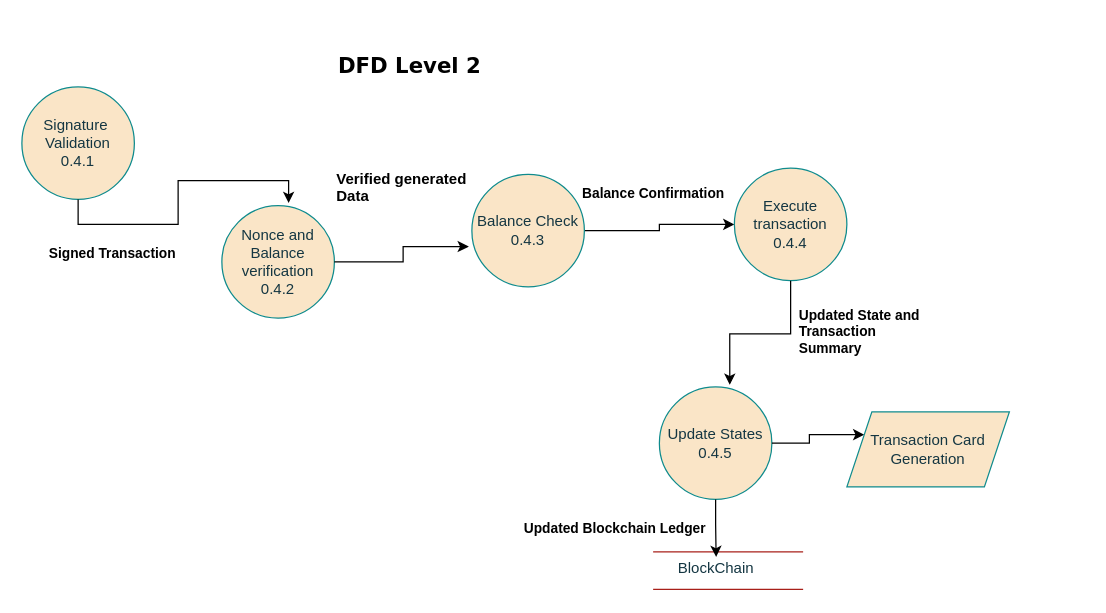
Before: DFD3.drawio in CODEX108/Computer-Security, a draw.io diagram. Source tidied: cells renumbered, new cells numbered last; positions are measured from the earlier drawing's top-left corner, leaving out a move shared by most shapes. Both pictures are drawn from the tidied source at 125%, with x=0, y=0 at pixel (21, 21).
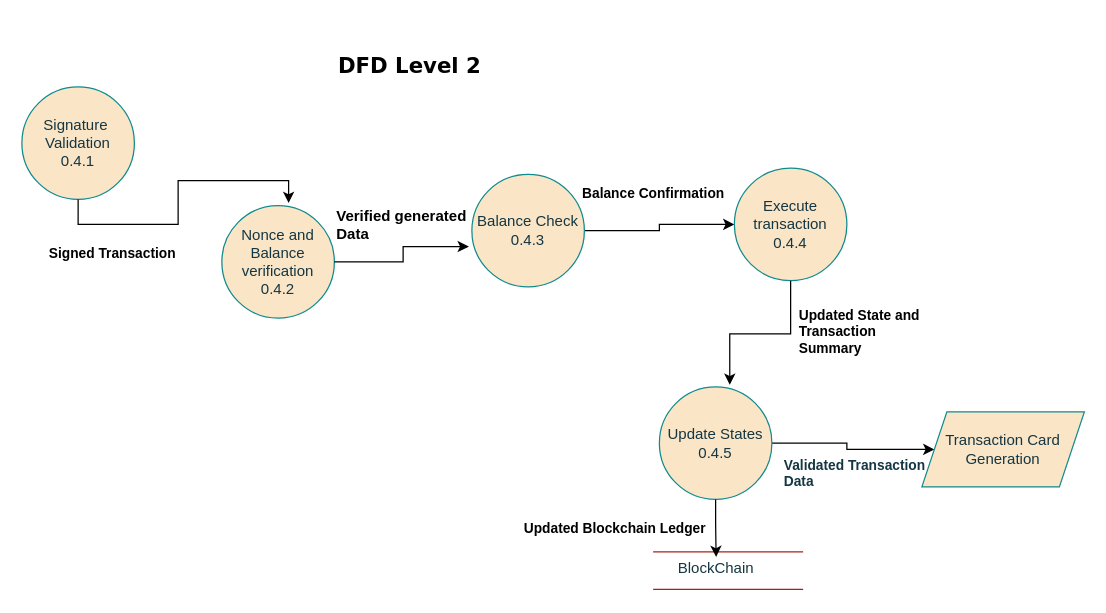
Above is the later version.

The change refers to these unchanged cells:
```xml
<mxCell id="7" value="Update States&lt;div&gt;0.4.5&lt;/div&gt;" style="ellipse;whiteSpace=wrap;html=1;labelBackgroundColor=none;fillColor=#FAE5C7;strokeColor=#0F8B8D;fontColor=#143642;" parent="1" vertex="1">
  <mxGeometry x="510" y="292" width="90" height="90" as="geometry" />
</mxCell>
```

What changed in the source:
```diff
@@
+    <mxCell id="11" style="edgeStyle=orthogonalEdgeStyle;rounded=0;jettySize=auto;html=1;exitX=1;exitY=0.5;exitDx=0;exitDy=0;entryX=0;entryY=0.5;entryDx=0;entryDy=0;" parent="1" edge="1" source="7" target="16">
+      <mxGeometry relative="1" as="geometry" />
+    </mxCell>
@@
-    <mxCell id="11" style="edgeStyle=orthogonalEdgeStyle;rounded=0;jettySize=auto;html=1;exitX=1;exitY=0.5;exitDx=0;exitDy=0;entryX=0;entryY=0.25;entryDx=0;entryDy=0;" parent="1" edge="1" source="7" target="16">
-      <mxGeometry relative="1" as="geometry" />
-    </mxCell>
@@
     <mxCell id="16" value="Transaction Card&lt;div&gt;Generation&lt;/div&gt;" style="shape=parallelogram;perimeter=parallelogramPerimeter;whiteSpace=wrap;html=1;fixedSize=1;labelBackgroundColor=none;fillColor=#FAE5C7;strokeColor=#0F8B8D;fontColor=#143642;" parent="1" vertex="1">
-      <mxGeometry x="660" y="312" width="130" height="60" as="geometry" />
+      <mxGeometry x="720" y="312" width="130" height="60" as="geometry" />
     </mxCell>
@@
     <mxCell id="21" value="Verified generated Data" style="text;whiteSpace=wrap;html=1;fontStyle=1;" parent="1" vertex="1">
-      <mxGeometry x="250" y="112" width="120" height="40" as="geometry" />
+      <mxGeometry x="250" y="142" width="120" height="40" as="geometry" />
     </mxCell>
@@
+    <mxCell id="24" value="Validated Transaction Data" style="text;whiteSpace=wrap;html=1;fontSize=11;fontStyle=1;labelBackgroundColor=none;fontColor=#143642;" parent="1" vertex="1">
+      <mxGeometry x="607.5" y="342" width="135" height="40" as="geometry" />
+    </mxCell>
```
